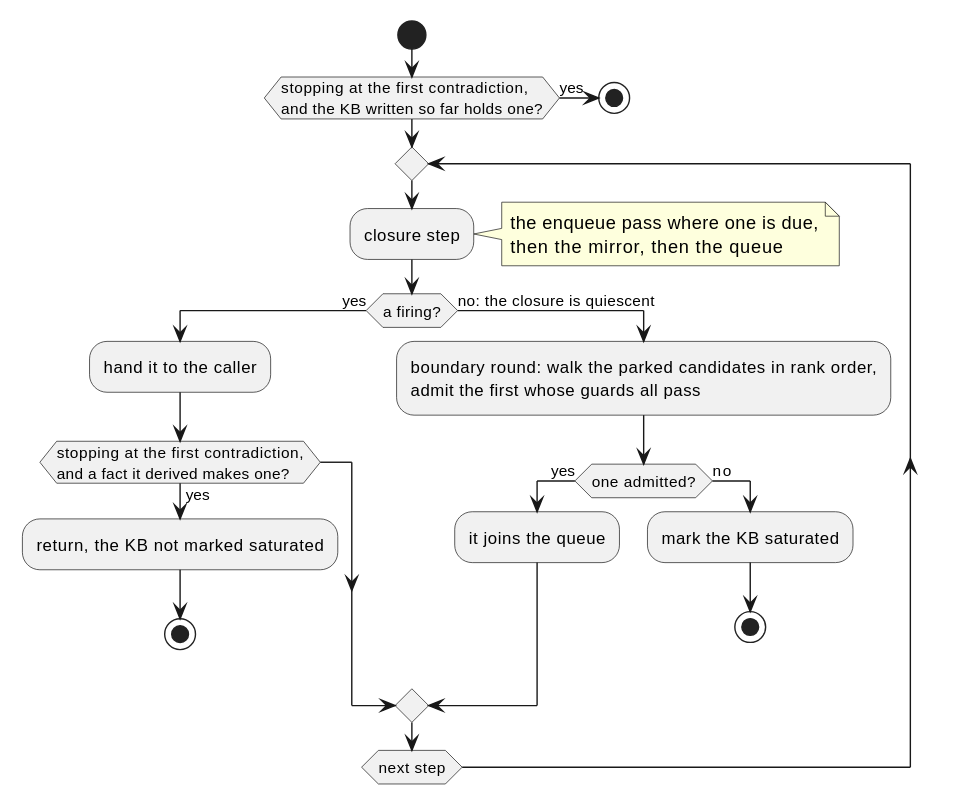
Above: docs/ein/ein.rs/diagrams/02-saturation-loop.svg in agutikov/ein (PlantUML), before the change. Its source is kept beside it as docs/ein/ein.rs/diagrams/02-saturation-loop.puml. The source it was exported from:
```plantuml
@startuml
start
if (stopping at the first contradiction,\nand the KB written so far holds one?) then (yes)
  stop
endif
repeat
  :closure step;
  note right
    the enqueue pass where one is due,
    then the mirror, then the queue
  end note
  if (a firing?) then (yes)
    :hand it to the caller;
    if (stopping at the first contradiction,\nand a fact it derived makes one?) then (yes)
      :return, the KB not marked saturated;
      stop
    endif
  else (no: the closure is quiescent)
    :boundary round: walk the parked candidates in rank order,\nadmit the first whose guards all pass;
    if (one admitted?) then (yes)
      :it joins the queue;
    else (no)
      :mark the KB saturated;
      stop
    endif
  endif
repeat while (next step)
@enduml
```
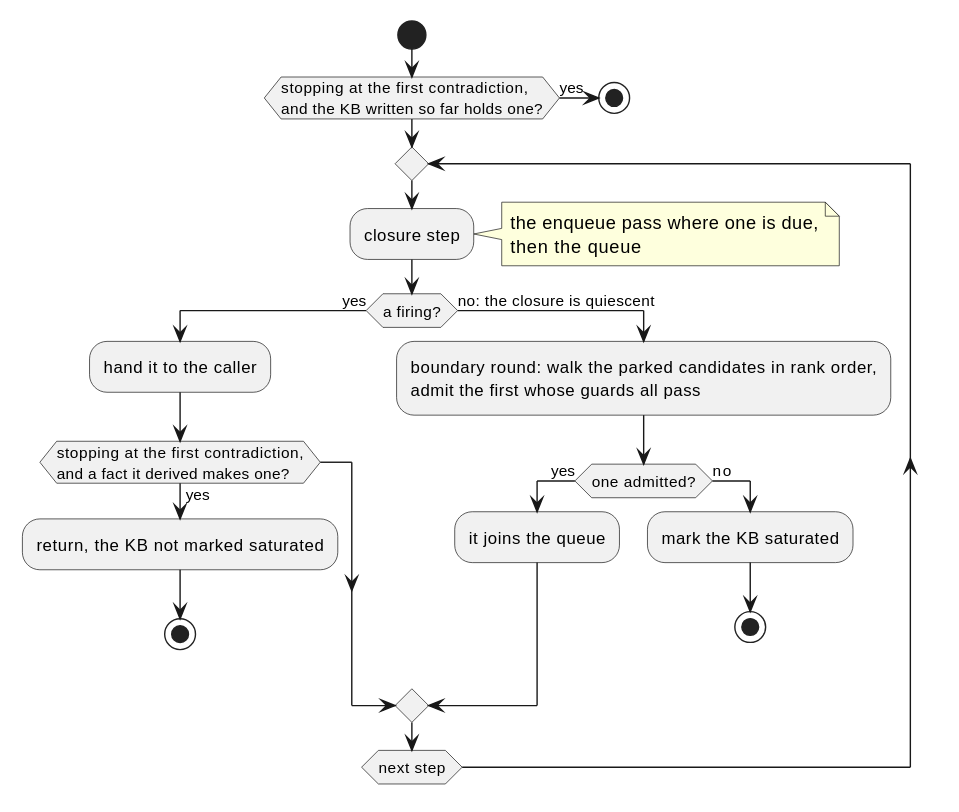
After the commit.

Diff of the diagram source:
```diff
@@ -7,7 +7,7 @@
   :closure step;
   note right
     the enqueue pass where one is due,
-    then the mirror, then the queue
+    then the queue
   end note
   if (a firing?) then (yes)
     :hand it to the caller;
```
